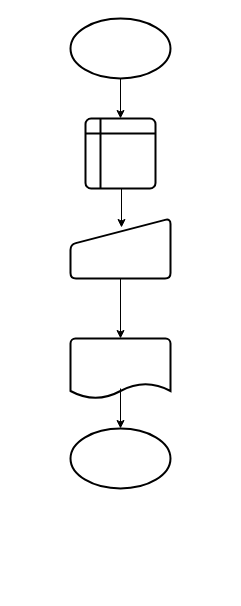
This is Untitled Diagram.drawio from artur-82/FATEC--Eletronica---1600731711004---Artur-, a draw.io file, before an edit. Source tidied: cells renumbered, new cells numbered last; positions are measured from the earlier drawing's top-left corner, leaving out a move shared by most shapes. Both pictures are drawn from the tidied source at 100%, with x=0, y=0 at pixel (70, 18).
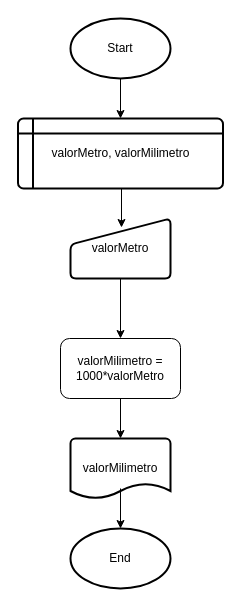
The same diagram, later.

The edit, as a diff of the source:
```diff
@@
 <mxGraphModel>
   <root>
     <mxCell id="0" />
     <mxCell id="1" parent="0" />
     <mxCell id="2" style="edgeStyle=orthogonalEdgeStyle;rounded=0;jettySize=auto;html=1;exitX=0.5;exitY=1;exitDx=0;exitDy=0;exitPerimeter=0;entryX=0.5;entryY=0;entryDx=0;entryDy=0;" parent="1" edge="1" source="3" target="5">
       <mxGeometry relative="1" as="geometry" />
     </mxCell>
-    <mxCell id="3" style="strokeWidth=2;html=1;shape=mxgraph.flowchart.start_1;whiteSpace=wrap;" parent="1" vertex="1">
+    <mxCell id="3" value="Start" style="strokeWidth=2;html=1;shape=mxgraph.flowchart.start_1;whiteSpace=wrap;" parent="1" vertex="1">
       <mxGeometry width="100" height="60" as="geometry" />
     </mxCell>
     <mxCell id="4" style="edgeStyle=orthogonalEdgeStyle;rounded=0;jettySize=auto;html=1;exitX=0.5;exitY=1;exitDx=0;exitDy=0;entryX=0.51;entryY=0.15;entryDx=0;entryDy=0;entryPerimeter=0;" parent="1" edge="1" source="5" target="8">
       <mxGeometry relative="1" as="geometry" />
     </mxCell>
-    <mxCell id="5" style="shape=internalStorage;whiteSpace=wrap;html=1;dx=15;dy=15;rounded=1;arcSize=8;strokeWidth=2;" parent="1" vertex="1">
-      <mxGeometry x="15" y="100" width="70" height="70" as="geometry" />
+    <mxCell id="5" value="valorMetro, valorMilimetro" style="shape=internalStorage;whiteSpace=wrap;html=1;dx=15;dy=15;rounded=1;arcSize=8;strokeWidth=2;" parent="1" vertex="1">
+      <mxGeometry x="-52.5" y="100" width="205" height="70" as="geometry" />
     </mxCell>
-    <mxCell id="6" style="strokeWidth=2;html=1;shape=mxgraph.flowchart.document2;whiteSpace=wrap;size=0.25;" parent="1" vertex="1">
-      <mxGeometry y="320" width="100" height="60" as="geometry" />
+    <mxCell id="6" value="valorMilimetro" style="strokeWidth=2;html=1;shape=mxgraph.flowchart.document2;whiteSpace=wrap;size=0.25;" parent="1" vertex="1">
+      <mxGeometry y="420" width="100" height="60" as="geometry" />
     </mxCell>
-    <mxCell id="7" style="edgeStyle=orthogonalEdgeStyle;rounded=0;jettySize=auto;html=1;exitX=0.5;exitY=1;exitDx=0;exitDy=0;entryX=0.5;entryY=0;entryDx=0;entryDy=0;entryPerimeter=0;" parent="1" edge="1" source="8" target="6">
-      <mxGeometry relative="1" as="geometry" />
-    </mxCell>
+    <mxCell id="11" style="edgeStyle=orthogonalEdgeStyle;rounded=0;jettySize=auto;html=1;exitX=0.5;exitY=1;exitDx=0;exitDy=0;entryX=0.5;entryY=0;entryDx=0;entryDy=0;" parent="1" edge="1" source="8" target="13">
+      <mxGeometry relative="1" as="geometry" />
+    </mxCell>
-    <mxCell id="8" style="html=1;strokeWidth=2;shape=manualInput;whiteSpace=wrap;rounded=1;size=26;arcSize=11;" parent="1" vertex="1">
+    <mxCell id="8" value="valorMetro" style="html=1;strokeWidth=2;shape=manualInput;whiteSpace=wrap;rounded=1;size=26;arcSize=11;" parent="1" vertex="1">
       <mxGeometry y="200" width="100" height="60" as="geometry" />
     </mxCell>
-    <mxCell id="9" style="strokeWidth=2;html=1;shape=mxgraph.flowchart.start_1;whiteSpace=wrap;" parent="1" vertex="1">
-      <mxGeometry y="410" width="100" height="60" as="geometry" />
+    <mxCell id="9" value="End" style="strokeWidth=2;html=1;shape=mxgraph.flowchart.start_1;whiteSpace=wrap;" parent="1" vertex="1">
+      <mxGeometry y="510" width="100" height="60" as="geometry" />
     </mxCell>
     <mxCell id="10" style="endArrow=classic;html=1;exitX=0.5;exitY=0.833;exitDx=0;exitDy=0;exitPerimeter=0;entryX=0.5;entryY=0;entryDx=0;entryDy=0;entryPerimeter=0;" parent="1" edge="1" source="6" target="9">
       <mxGeometry relative="1" as="geometry" />
     </mxCell>
+    <mxCell id="12" style="edgeStyle=orthogonalEdgeStyle;rounded=0;jettySize=auto;html=1;exitX=0.5;exitY=1;exitDx=0;exitDy=0;entryX=0.5;entryY=0;entryDx=0;entryDy=0;entryPerimeter=0;" parent="1" edge="1" source="13" target="6">
+      <mxGeometry relative="1" as="geometry" />
+    </mxCell>
+    <mxCell id="13" value="valorMilimetro = 1000*valorMetro" style="rounded=1;whiteSpace=wrap;html=1;" parent="1" vertex="1">
+      <mxGeometry x="-10" y="320" width="120" height="60" as="geometry" />
+    </mxCell>
   </root>
 </mxGraphModel>
```
